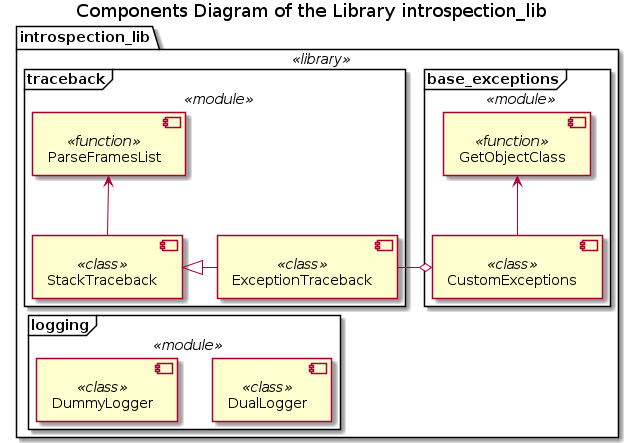
Before: Documentation/UML/components.png, a diagram exported from PlantUML (FooBarShebang/introspection_lib).
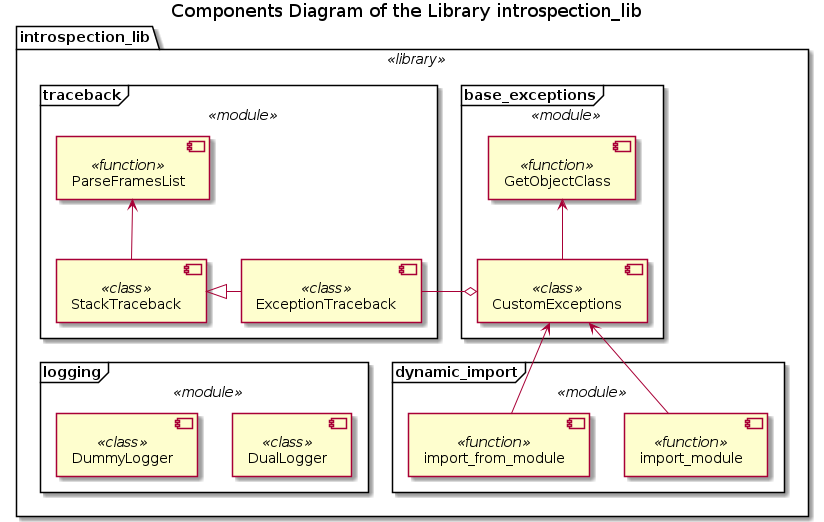
Later version of the same file.

Change to the diagram source:
```diff
@@ -2,26 +2,33 @@
 
 title Components Diagram of the Library introspection_lib
 
-!ifndef COMPONENTS
-!include ./Templates/Components.cuml
+!if %not(%variable_exists("$COMPONENTS"))
+    !include ./Templates/Components2.cuml
 !endif
 
-library(introspection_lib) {
-    !ifndef BASE_EXCEPTIONS_COMPONENTS
-    !include ./base_exceptions/base_exceptions_components.iuml
+$library(introspection_lib) {
+    !if $is_not_defined("$BASE_EXCEPTIONS_COMPONENTS")
+        !include ./base_exceptions/base_exceptions_components.iuml
     !endif
 
-    !ifndef TRACEBACK_COMPONENTS
-    !include ./traceback/traceback_components.iuml
+    !if $is_not_defined("$TRACEBACK_COMPONENTS")
+        !include ./traceback/traceback_components.iuml
     !endif
 
     ExceptionTraceback -o CustomExceptions
 
-    !ifndef LOGGING_COMPONENTS
-    !include ./logging/logging_components.iuml
+    !if $is_not_defined("$LOGGING_COMPONENTS")
+        !include ./logging/logging_components.iuml
     !endif
 
     StackTraceback -[hidden]- DummyLogger
+
+    !if $is_not_defined("$DYNAMIC_IMPORT")
+     !include ./dynamic_import/dynamic_import_module.iuml
+    !endif
+
+    CustomExceptions <-- import_from_module
+    CustomExceptions <-- import_module
 }
 
 @enduml
```
